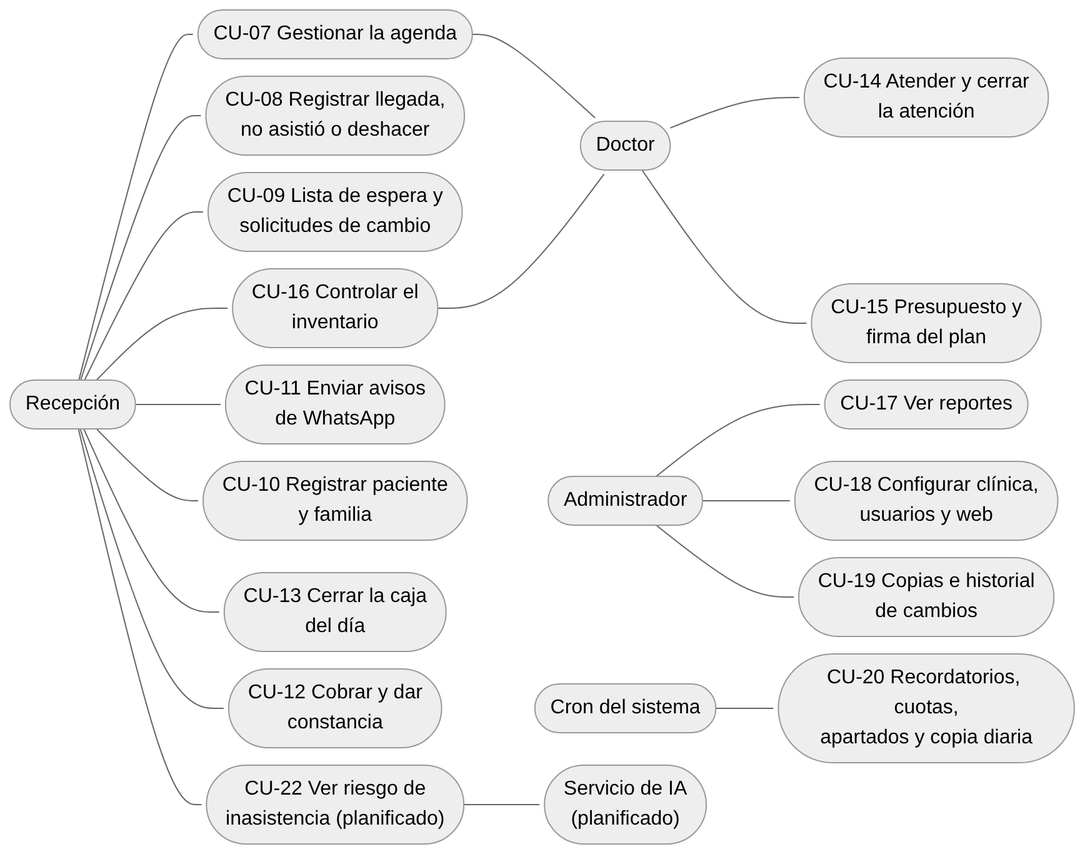
Above: docs/entregables/E1-requerimientos-y-diseno/diagramas/casos-de-uso-personal.png in francalizaya266-sudo/venga-implantes (Mermaid), before the change. Its source is kept beside it as docs/entregables/E1-requerimientos-y-diseno/diagramas/casos-de-uso-personal.mmd. The source it was exported from:
```mermaid
%%{init: {"flowchart": {"nodeSpacing": 14, "rankSpacing": 50}}}%%
flowchart LR
  rec(["Recepción"])
  cu7(["CU-07 Gestionar la agenda"])
  cu8(["CU-08 Registrar llegada,<br/>no asistió o deshacer"])
  cu9(["CU-09 Lista de espera y<br/>solicitudes de cambio"])
  cu10(["CU-10 Registrar paciente<br/>y familia"])
  cu11(["CU-11 Enviar avisos<br/>de WhatsApp"])
  cu12(["CU-12 Cobrar y dar<br/>constancia"])
  cu13(["CU-13 Cerrar la caja<br/>del día"])
  cu16(["CU-16 Controlar el<br/>inventario"])
  cu22(["CU-22 Ver riesgo de<br/>inasistencia (planificado)"])
  doc(["Doctor"])
  adm(["Administrador"])
  cron(["Cron del sistema"])
  ia(["Servicio de IA<br/>(planificado)"])
  cu14(["CU-14 Atender y cerrar<br/>la atención"])
  cu15(["CU-15 Presupuesto y<br/>firma del plan"])
  cu17(["CU-17 Ver reportes"])
  cu18(["CU-18 Configurar clínica,<br/>usuarios y web"])
  cu19(["CU-19 Copias e historial<br/>de cambios"])
  cu20(["CU-20 Recordatorios, cuotas,<br/>apartados y copia diaria"])
  rec --- cu7 & cu8 & cu9 & cu10 & cu11 & cu12 & cu13 & cu16 & cu22
  cu7 & cu16 --- doc
  doc --- cu14 & cu15
  cu10 ~~~ adm
  adm --- cu17 & cu18 & cu19
  cu12 ~~~ cron
  cron --- cu20
  cu22 --- ia
  linkStyle default marker-end:none
```
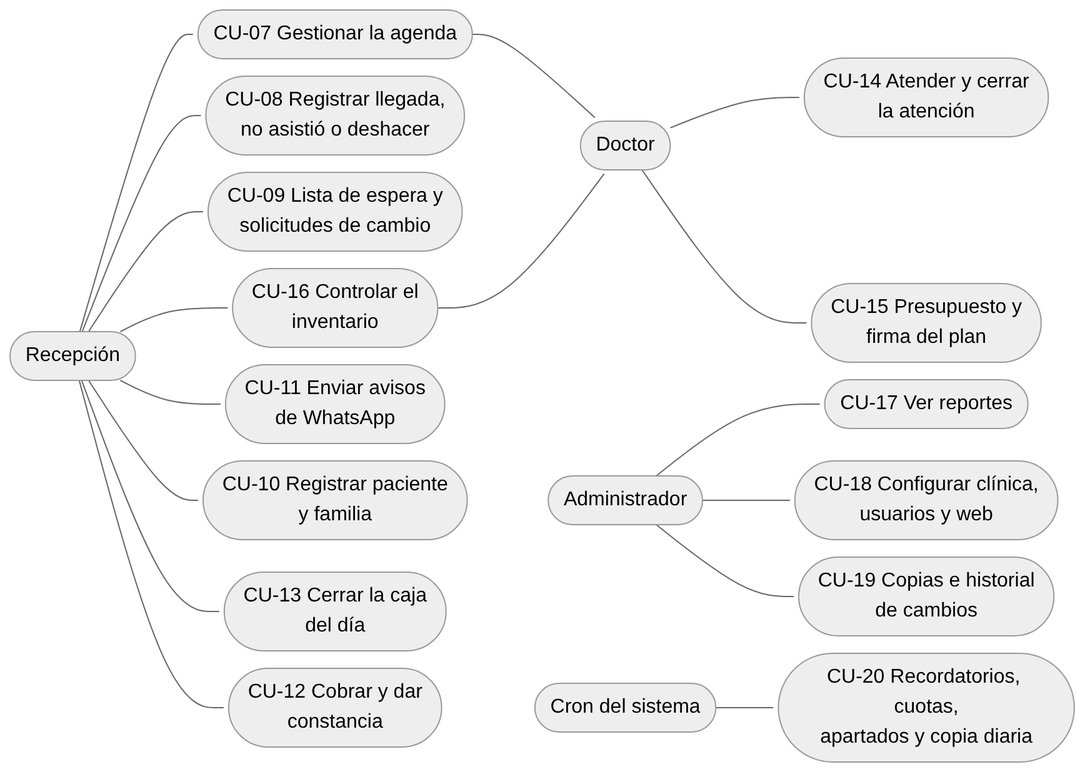
Above is the later version.

The edit, as a diff of the source:
```diff
@@ -9,23 +9,20 @@
   cu12(["CU-12 Cobrar y dar<br/>constancia"])
   cu13(["CU-13 Cerrar la caja<br/>del día"])
   cu16(["CU-16 Controlar el<br/>inventario"])
-  cu22(["CU-22 Ver riesgo de<br/>inasistencia (planificado)"])
   doc(["Doctor"])
   adm(["Administrador"])
   cron(["Cron del sistema"])
-  ia(["Servicio de IA<br/>(planificado)"])
   cu14(["CU-14 Atender y cerrar<br/>la atención"])
   cu15(["CU-15 Presupuesto y<br/>firma del plan"])
   cu17(["CU-17 Ver reportes"])
   cu18(["CU-18 Configurar clínica,<br/>usuarios y web"])
   cu19(["CU-19 Copias e historial<br/>de cambios"])
   cu20(["CU-20 Recordatorios, cuotas,<br/>apartados y copia diaria"])
-  rec --- cu7 & cu8 & cu9 & cu10 & cu11 & cu12 & cu13 & cu16 & cu22
+  rec --- cu7 & cu8 & cu9 & cu10 & cu11 & cu12 & cu13 & cu16
   cu7 & cu16 --- doc
   doc --- cu14 & cu15
   cu10 ~~~ adm
   adm --- cu17 & cu18 & cu19
   cu12 ~~~ cron
   cron --- cu20
-  cu22 --- ia
   linkStyle default marker-end:none
```
